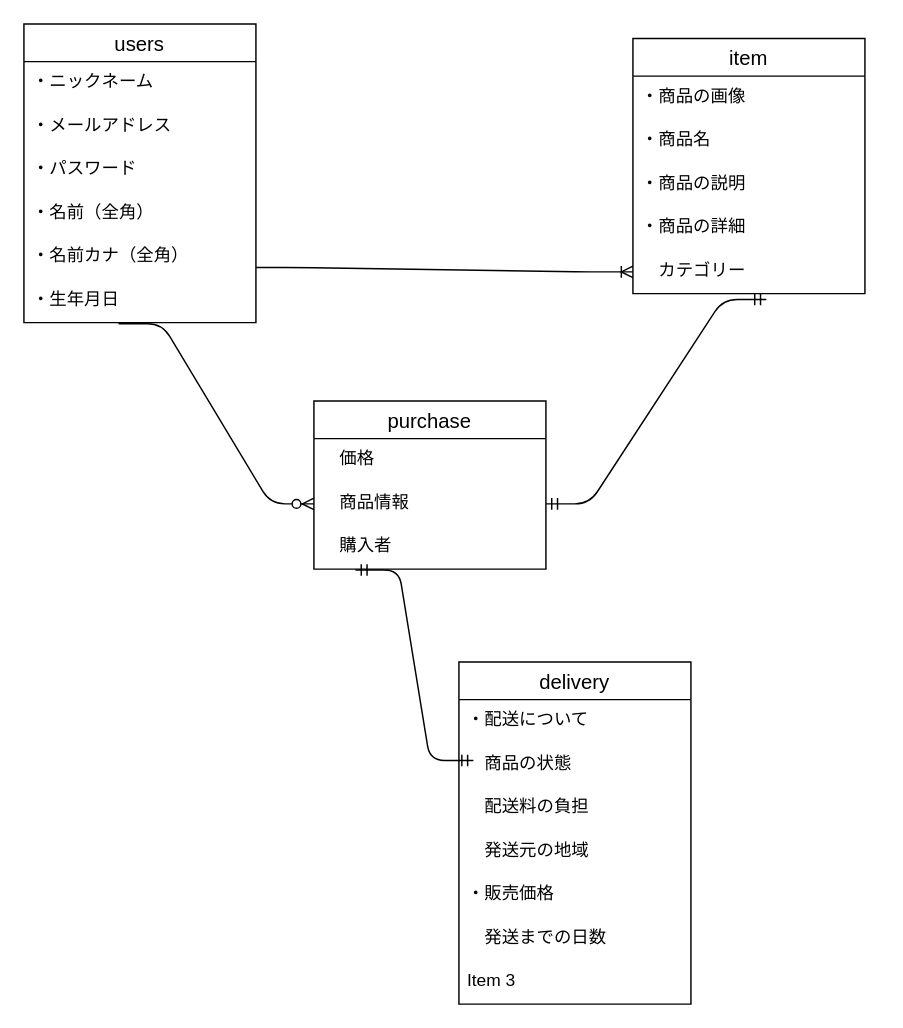
This is er.dio from kasata373/furima-32379, a draw.io file, before an edit. Source tidied: cells renumbered, new cells numbered last; positions are measured from the earlier drawing's top-left corner, leaving out a move shared by most shapes. Both pictures are drawn from the tidied source at 145%, with x=0, y=0 at pixel (23, 23).
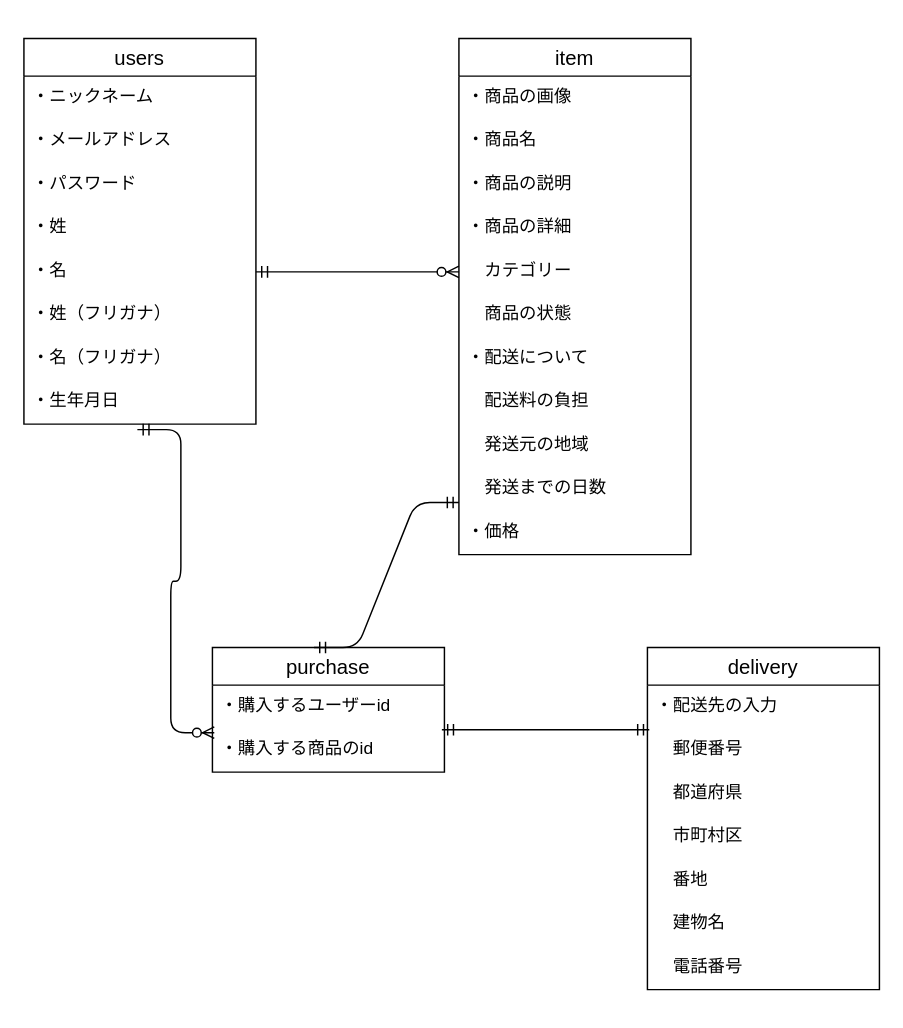
The same diagram, later.

Commit message (it also covers changes not shown here):
設計作成　修正

The change refers to these unchanged cells:
```xml
<mxCell id="14" value="　カテゴリー" style="text;strokeColor=none;fillColor=none;spacingLeft=4;spacingRight=4;overflow=hidden;points=[[0,0.5],[1,0.5]];portConstraint=eastwest;fontSize=12;" parent="9" vertex="1">
  <mxGeometry y="146" width="160" height="30" as="geometry" />
</mxCell>
```

What changed in the source:
```diff
@@
     <mxCell id="2" value="users" style="swimlane;fontStyle=0;horizontal=1;startSize=26;align=center;fontSize=14;" parent="1" vertex="1">
-      <mxGeometry width="160" height="206" as="geometry" />
+      <mxGeometry y="10" width="160" height="266" as="geometry" />
     </mxCell>
@@
-    <mxCell id="6" value="・名前（全角）" style="text;strokeColor=none;fillColor=none;spacingLeft=4;spacingRight=4;overflow=hidden;fontSize=12;" parent="2" vertex="1">
+    <mxCell id="6" value="・姓" style="text;strokeColor=none;fillColor=none;spacingLeft=4;spacingRight=4;overflow=hidden;fontSize=12;" parent="2" vertex="1">
       <mxGeometry y="116" width="160" height="30" as="geometry" />
     </mxCell>
+    <mxCell id="31" value="・名" style="text;strokeColor=none;fillColor=none;spacingLeft=4;spacingRight=4;overflow=hidden;points=[[0,0.5],[1,0.5]];portConstraint=eastwest;fontSize=12;" parent="2" vertex="1">
+      <mxGeometry y="146" width="160" height="30" as="geometry" />
+    </mxCell>
-    <mxCell id="7" value="・名前カナ（全角）" style="text;strokeColor=none;fillColor=none;spacingLeft=4;spacingRight=4;overflow=hidden;fontSize=12;" parent="2" vertex="1">
-      <mxGeometry y="146" width="160" height="30" as="geometry" />
+    <mxCell id="7" value="・姓（フリガナ）" style="text;strokeColor=none;fillColor=none;spacingLeft=4;spacingRight=4;overflow=hidden;fontSize=12;" parent="2" vertex="1">
+      <mxGeometry y="176" width="160" height="30" as="geometry" />
     </mxCell>
+    <mxCell id="32" value="・名（フリガナ）" style="text;strokeColor=none;fillColor=none;spacingLeft=4;spacingRight=4;overflow=hidden;fontSize=12;" parent="2" vertex="1">
+      <mxGeometry y="206" width="160" height="30" as="geometry" />
+    </mxCell>
     <mxCell id="8" value="・生年月日" style="text;strokeColor=none;fillColor=none;spacingLeft=4;spacingRight=4;overflow=hidden;points=[[0,0.5],[1,0.5]];portConstraint=eastwest;fontSize=12;" parent="2" vertex="1">
-      <mxGeometry y="176" width="160" height="30" as="geometry" />
+      <mxGeometry y="236" width="160" height="30" as="geometry" />
     </mxCell>
     <mxCell id="9" value="item" style="swimlane;fontStyle=0;horizontal=1;startSize=26;align=center;fontSize=14;" parent="1" vertex="1">
-      <mxGeometry x="420" y="10" width="160" height="176" as="geometry" />
+      <mxGeometry x="300" y="10" width="160" height="356" as="geometry" />
     </mxCell>
@@
-    <mxCell id="15" style="edgeStyle=entityRelationEdgeStyle;fontSize=12;html=1;endArrow=ERoneToMany;entryX=0;entryY=0.5;entryDx=0;entryDy=0;" parent="1" edge="1" target="14">
-      <mxGeometry relative="1" as="geometry">
-        <mxPoint x="160" y="168" as="sourcePoint" />
-      </mxGeometry>
-    </mxCell>
+    <mxCell id="22" value="　商品の状態" style="text;strokeColor=none;fillColor=none;spacingLeft=4;spacingRight=4;overflow=hidden;fontSize=12;" parent="9" vertex="1">
+      <mxGeometry y="176" width="160" height="30" as="geometry" />
+    </mxCell>
+    <mxCell id="33" value="・配送について" style="text;strokeColor=none;fillColor=none;spacingLeft=4;spacingRight=4;overflow=hidden;fontSize=12;" parent="9" vertex="1">
+      <mxGeometry y="206" width="160" height="30" as="geometry" />
+    </mxCell>
+    <mxCell id="34" value="　配送料の負担" style="text;strokeColor=none;fillColor=none;spacingLeft=4;spacingRight=4;overflow=hidden;fontSize=12;" parent="9" vertex="1">
+      <mxGeometry y="236" width="160" height="30" as="geometry" />
+    </mxCell>
+    <mxCell id="35" value="　発送元の地域" style="text;strokeColor=none;fillColor=none;spacingLeft=4;spacingRight=4;overflow=hidden;fontSize=12;" parent="9" vertex="1">
+      <mxGeometry y="266" width="160" height="30" as="geometry" />
+    </mxCell>
+    <mxCell id="26" value="　発送までの日数" style="text;strokeColor=none;fillColor=none;spacingLeft=4;spacingRight=4;overflow=hidden;fontSize=12;" parent="9" vertex="1">
+      <mxGeometry y="296" width="160" height="30" as="geometry" />
+    </mxCell>
+    <mxCell id="36" value="・価格" style="text;strokeColor=none;fillColor=none;spacingLeft=4;spacingRight=4;overflow=hidden;fontSize=12;" parent="9" vertex="1">
+      <mxGeometry y="326" width="160" height="30" as="geometry" />
+    </mxCell>
     <mxCell id="16" value="purchase" style="swimlane;fontStyle=0;horizontal=1;startSize=26;align=center;fontSize=14;" parent="1" vertex="1">
-      <mxGeometry x="200" y="260" width="160" height="116" as="geometry" />
+      <mxGeometry x="130" y="430" width="160" height="86" as="geometry" />
     </mxCell>
-    <mxCell id="17" value="　価格" style="text;strokeColor=none;fillColor=none;spacingLeft=4;spacingRight=4;overflow=hidden;fontSize=12;" parent="16" vertex="1">
-      <mxGeometry y="26" width="160" height="30" as="geometry" />
-    </mxCell>
-    <mxCell id="18" value="　商品情報" style="text;strokeColor=none;fillColor=none;spacingLeft=4;spacingRight=4;overflow=hidden;points=[[0,0.5],[1,0.5]];portConstraint=eastwest;fontSize=12;" parent="16" vertex="1">
-      <mxGeometry y="56" width="160" height="30" as="geometry" />
-    </mxCell>
-    <mxCell id="19" value="　購入者" style="text;strokeColor=none;fillColor=none;spacingLeft=4;spacingRight=4;overflow=hidden;points=[[0,0.5],[1,0.5]];portConstraint=eastwest;fontSize=12;" parent="16" vertex="1">
-      <mxGeometry y="86" width="160" height="30" as="geometry" />
-    </mxCell>
+    <mxCell id="37" value="・購入するユーザーid" style="text;strokeColor=none;fillColor=none;spacingLeft=4;spacingRight=4;overflow=hidden;points=[[0,0.5],[1,0.5]];portConstraint=eastwest;fontSize=12;" parent="16" vertex="1">
+      <mxGeometry y="26" width="160" height="30" as="geometry" />
+    </mxCell>
+    <mxCell id="38" value="・購入する商品のid" style="text;strokeColor=none;fillColor=none;spacingLeft=4;spacingRight=4;overflow=hidden;points=[[0,0.5],[1,0.5]];portConstraint=eastwest;fontSize=12;" parent="16" vertex="1">
+      <mxGeometry y="56" width="160" height="30" as="geometry" />
+    </mxCell>
     <mxCell id="20" value="delivery" style="swimlane;fontStyle=0;horizontal=1;startSize=26;align=center;fontSize=14;" parent="1" vertex="1">
-      <mxGeometry x="300" y="440" width="160" height="236" as="geometry" />
+      <mxGeometry x="430" y="430" width="160" height="236" as="geometry" />
     </mxCell>
-    <mxCell id="21" value="・配送について" style="text;strokeColor=none;fillColor=none;spacingLeft=4;spacingRight=4;overflow=hidden;fontSize=12;" parent="20" vertex="1">
+    <mxCell id="21" value="・配送先の入力" style="text;strokeColor=none;fillColor=none;spacingLeft=4;spacingRight=4;overflow=hidden;fontSize=12;" parent="20" vertex="1">
       <mxGeometry y="26" width="160" height="30" as="geometry" />
     </mxCell>
-    <mxCell id="22" value="　商品の状態" style="text;strokeColor=none;fillColor=none;spacingLeft=4;spacingRight=4;overflow=hidden;fontSize=12;" parent="20" vertex="1">
-      <mxGeometry y="56" width="160" height="30" as="geometry" />
-    </mxCell>
+    <mxCell id="39" value="　郵便番号" style="text;strokeColor=none;fillColor=none;spacingLeft=4;spacingRight=4;overflow=hidden;points=[[0,0.5],[1,0.5]];portConstraint=eastwest;fontSize=12;" parent="20" vertex="1">
+      <mxGeometry y="56" width="160" height="30" as="geometry" />
+    </mxCell>
+    <mxCell id="40" value="　都道府県" style="text;strokeColor=none;fillColor=none;spacingLeft=4;spacingRight=4;overflow=hidden;fontSize=12;" parent="20" vertex="1">
+      <mxGeometry y="86" width="160" height="30" as="geometry" />
+    </mxCell>
+    <mxCell id="41" value="　市町村区" style="text;strokeColor=none;fillColor=none;spacingLeft=4;spacingRight=4;overflow=hidden;fontSize=12;" parent="20" vertex="1">
+      <mxGeometry y="116" width="160" height="30" as="geometry" />
+    </mxCell>
-    <mxCell id="23" value="　配送料の負担" style="text;strokeColor=none;fillColor=none;spacingLeft=4;spacingRight=4;overflow=hidden;fontSize=12;" parent="20" vertex="1">
-      <mxGeometry y="86" width="160" height="30" as="geometry" />
+    <mxCell id="23" value="　番地" style="text;strokeColor=none;fillColor=none;spacingLeft=4;spacingRight=4;overflow=hidden;fontSize=12;" parent="20" vertex="1">
+      <mxGeometry y="146" width="160" height="30" as="geometry" />
     </mxCell>
-    <mxCell id="24" value="　発送元の地域" style="text;strokeColor=none;fillColor=none;spacingLeft=4;spacingRight=4;overflow=hidden;fontSize=12;" parent="20" vertex="1">
-      <mxGeometry y="116" width="160" height="30" as="geometry" />
+    <mxCell id="24" value="　建物名" style="text;strokeColor=none;fillColor=none;spacingLeft=4;spacingRight=4;overflow=hidden;fontSize=12;" parent="20" vertex="1">
+      <mxGeometry y="176" width="160" height="30" as="geometry" />
     </mxCell>
-    <mxCell id="25" value="・販売価格" style="text;strokeColor=none;fillColor=none;spacingLeft=4;spacingRight=4;overflow=hidden;fontSize=12;" parent="20" vertex="1">
-      <mxGeometry y="146" width="160" height="30" as="geometry" />
-    </mxCell>
-    <mxCell id="26" value="　発送までの日数" style="text;strokeColor=none;fillColor=none;spacingLeft=4;spacingRight=4;overflow=hidden;fontSize=12;" parent="20" vertex="1">
-      <mxGeometry y="176" width="160" height="30" as="geometry" />
-    </mxCell>
-    <mxCell id="27" value="Item 3" style="text;strokeColor=none;fillColor=none;spacingLeft=4;spacingRight=4;overflow=hidden;fontSize=12;" parent="20" vertex="1">
-      <mxGeometry y="206" width="160" height="30" as="geometry" />
-    </mxCell>
-    <mxCell id="28" style="edgeStyle=entityRelationEdgeStyle;fontSize=12;html=1;endArrow=ERzeroToMany;endFill=1;entryX=0;entryY=0.5;entryDx=0;entryDy=0;exitX=0.408;exitY=1.027;exitDx=0;exitDy=0;exitPerimeter=0;" parent="1" edge="1" source="8" target="18">
-      <mxGeometry relative="1" as="geometry" />
-    </mxCell>
-    <mxCell id="29" style="edgeStyle=entityRelationEdgeStyle;fontSize=12;html=1;endArrow=ERmandOne;startArrow=ERmandOne;exitX=0.179;exitY=1.02;exitDx=0;exitDy=0;exitPerimeter=0;" parent="1" edge="1" source="19">
-      <mxGeometry relative="1" as="geometry">
-        <mxPoint x="310" y="508" as="targetPoint" />
-      </mxGeometry>
-    </mxCell>
-    <mxCell id="30" style="edgeStyle=entityRelationEdgeStyle;fontSize=12;html=1;endArrow=ERmandOne;startArrow=ERmandOne;exitX=1;exitY=0.5;exitDx=0;exitDy=0;" parent="1" edge="1" source="18">
-      <mxGeometry relative="1" as="geometry">
-        <mxPoint x="512" y="190" as="targetPoint" />
-      </mxGeometry>
-    </mxCell>
+    <mxCell id="42" value="　電話番号" style="text;strokeColor=none;fillColor=none;spacingLeft=4;spacingRight=4;overflow=hidden;fontSize=12;" parent="20" vertex="1">
+      <mxGeometry y="206" width="160" height="30" as="geometry" />
+    </mxCell>
+    <mxCell id="43" style="edgeStyle=entityRelationEdgeStyle;fontSize=12;html=1;endArrow=ERzeroToMany;startArrow=ERmandOne;exitX=1;exitY=0.5;exitDx=0;exitDy=0;entryX=0;entryY=0.5;entryDx=0;entryDy=0;" parent="1" edge="1" source="31" target="14">
+      <mxGeometry relative="1" as="geometry" />
+    </mxCell>
+    <mxCell id="44" style="edgeStyle=entityRelationEdgeStyle;fontSize=12;html=1;endArrow=ERzeroToMany;startArrow=ERmandOne;exitX=0.489;exitY=1.127;exitDx=0;exitDy=0;exitPerimeter=0;entryX=0.008;entryY=1.093;entryDx=0;entryDy=0;entryPerimeter=0;" parent="1" edge="1" source="8" target="37">
+      <mxGeometry relative="1" as="geometry" />
+    </mxCell>
+    <mxCell id="45" style="edgeStyle=entityRelationEdgeStyle;fontSize=12;html=1;endArrow=ERmandOne;startArrow=ERmandOne;" parent="1" edge="1">
+      <mxGeometry relative="1" as="geometry">
+        <mxPoint x="200" y="430" as="sourcePoint" />
+        <mxPoint x="300" y="330" as="targetPoint" />
+      </mxGeometry>
+    </mxCell>
+    <mxCell id="46" style="edgeStyle=entityRelationEdgeStyle;fontSize=12;html=1;endArrow=ERmandOne;startArrow=ERmandOne;exitX=0.989;exitY=0.027;exitDx=0;exitDy=0;exitPerimeter=0;entryX=0.008;entryY=0.027;entryDx=0;entryDy=0;entryPerimeter=0;" parent="1" edge="1" source="38" target="39">
+      <mxGeometry relative="1" as="geometry" />
+    </mxCell>
```
